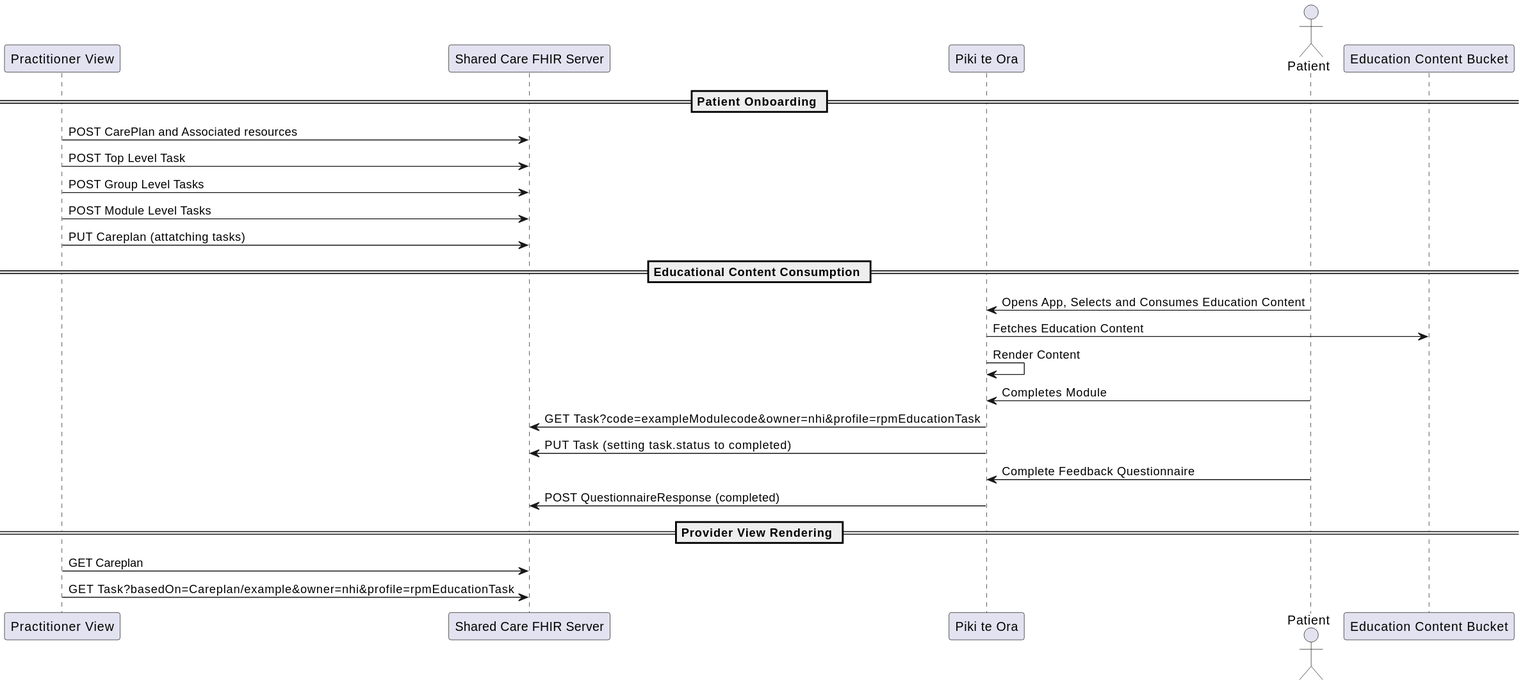
Earlier version of the PlantUML export input/images/rpm-education-flow-tasks.svg (tewhatuora/cinc-fhir-ig). Source of this version:
```plantuml
@startuml
participant "Practitioner View" as PV
participant "Shared Care FHIR Server" as FHIR
participant "Piki te Ora" as App
actor Patient
participant "Education Content Bucket" as ECB

== Patient Onboarding ==
PV -> FHIR : POST CarePlan and Associated resources
PV -> FHIR : POST Top Level Task
PV -> FHIR : POST Group Level Tasks
PV -> FHIR : POST Module Level Tasks
PV -> FHIR : PUT Careplan (attatching tasks)


== Educational Content Consumption ==
Patient -> App : Opens App, Selects and Consumes Education Content
App -> ECB : Fetches Education Content
App -> App : Render Content
Patient -> App : Completes Module
App -> FHIR : GET Task?code=exampleModulecode&owner=nhi&profile=rpmEducationTask
App -> FHIR : PUT Task (setting task.status to completed)
Patient -> App : Complete Feedback Questionnaire
App -> FHIR : POST QuestionnaireResponse (completed)

== Provider View Rendering ==
PV -> FHIR : GET Careplan
PV -> FHIR : GET Task?basedOn=Careplan/example&owner=nhi&profile=rpmEducationTask
@enduml
```
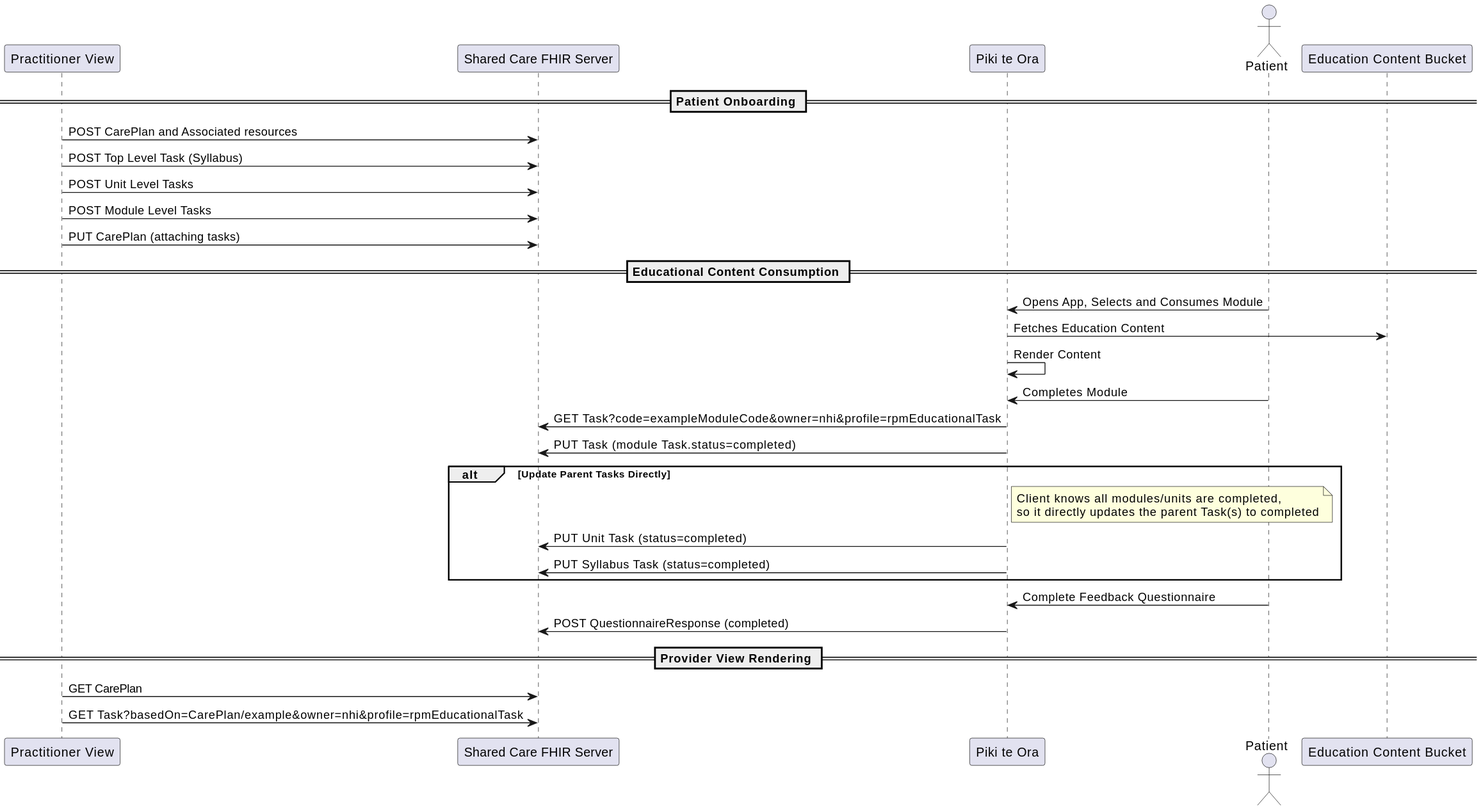
The same file after the commit.

Change to the diagram source:
```diff
@@ -7,23 +7,32 @@
 
 == Patient Onboarding ==
 PV -> FHIR : POST CarePlan and Associated resources
-PV -> FHIR : POST Top Level Task
-PV -> FHIR : POST Group Level Tasks
+PV -> FHIR : POST Top Level Task (Syllabus)
+PV -> FHIR : POST Unit Level Tasks
 PV -> FHIR : POST Module Level Tasks
-PV -> FHIR : PUT Careplan (attatching tasks)
-
+PV -> FHIR : PUT CarePlan (attaching tasks)
 
 == Educational Content Consumption ==
-Patient -> App : Opens App, Selects and Consumes Education Content
+Patient -> App : Opens App, Selects and Consumes Module
 App -> ECB : Fetches Education Content
 App -> App : Render Content
 Patient -> App : Completes Module
-App -> FHIR : GET Task?code=exampleModulecode&owner=nhi&profile=rpmEducationTask
-App -> FHIR : PUT Task (setting task.status to completed)
+App -> FHIR : GET Task?code=exampleModuleCode&owner=nhi&profile=rpmEducationalTask
+App -> FHIR : PUT Task (module Task.status=completed)
+
+alt Update Parent Tasks Directly
+    note right of App
+        Client knows all modules/units are completed,
+        so it directly updates the parent Task(s) to completed
+    end note
+    App -> FHIR : PUT Unit Task (status=completed)
+    App -> FHIR : PUT Syllabus Task (status=completed)
+end
+
 Patient -> App : Complete Feedback Questionnaire
 App -> FHIR : POST QuestionnaireResponse (completed)
 
 == Provider View Rendering ==
-PV -> FHIR : GET Careplan
-PV -> FHIR : GET Task?basedOn=Careplan/example&owner=nhi&profile=rpmEducationTask
+PV -> FHIR : GET CarePlan
+PV -> FHIR : GET Task?basedOn=CarePlan/example&owner=nhi&profile=rpmEducationalTask
 @enduml
```
